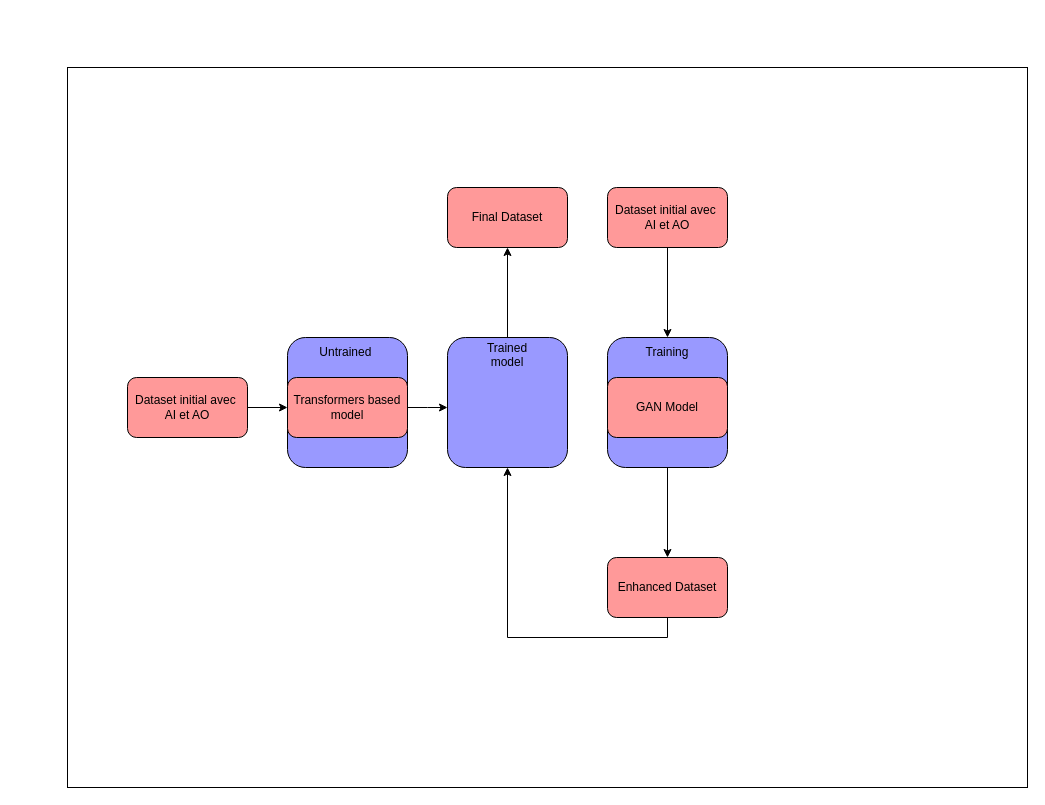
qvelard/BiomolGeneration keeps this draw.io diagram as Images/Combined ML Techniques.drawio. Above is the earlier version. Source tidied: cells renumbered, new cells numbered last; positions are measured from the earlier drawing's top-left corner, leaving out a move shared by most shapes. Both pictures are drawn from the tidied source at 100%, with x=0, y=0 at pixel (67, 67).
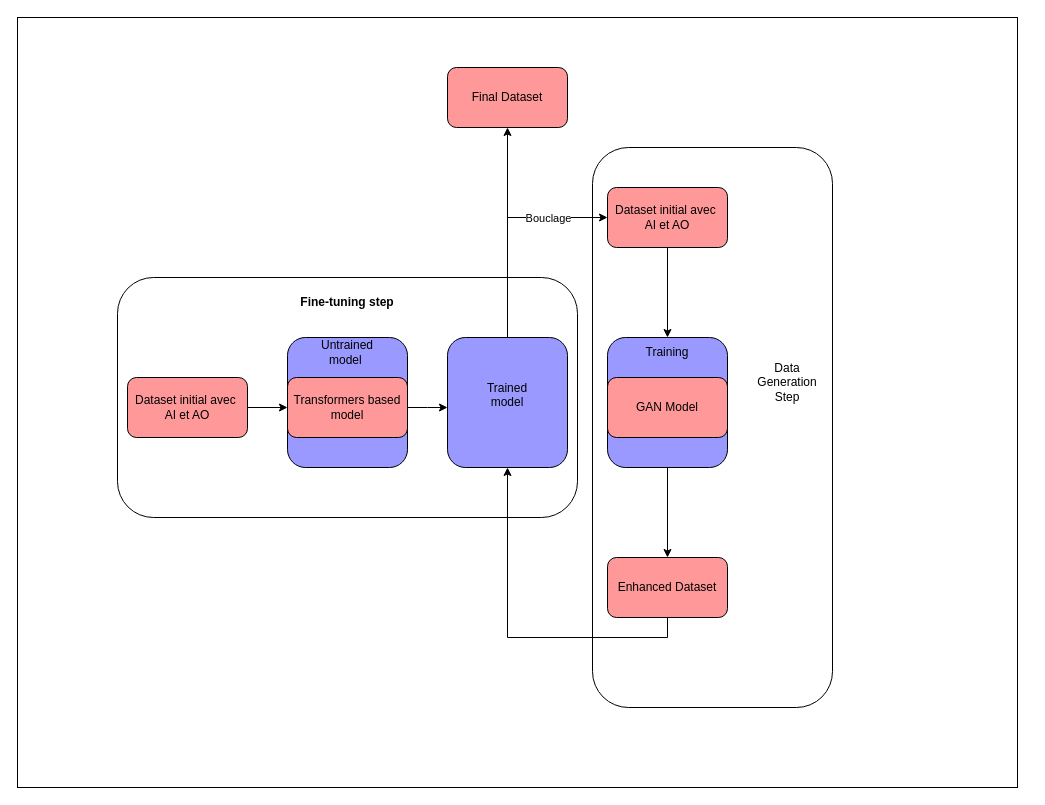
Above is the later version.

The change refers to these unchanged cells:
```xml
<mxCell id="4" style="rounded=1;whiteSpace=wrap;html=1;fillColor=#9999FF;" parent="1" vertex="1">
  <mxGeometry x="380" y="270" width="120" height="130" as="geometry" />
</mxCell>
<mxCell id="18" value="Dataset initial avec&amp;nbsp;&lt;div&gt;AI et AO&lt;/div&gt;" style="rounded=1;whiteSpace=wrap;html=1;fillColor=#FF9999;" parent="1" vertex="1">
  <mxGeometry x="540" y="120" width="120" height="60" as="geometry" />
</mxCell>
```

What changed in the source:
```diff
@@
     <mxCell id="2" style="whiteSpace=wrap;html=1;fillColor=#FFFFFF;" parent="1" vertex="1">
-      <mxGeometry width="960" height="720" as="geometry" />
+      <mxGeometry x="-50" y="-50" width="1000" height="770" as="geometry" />
     </mxCell>
-    <mxCell id="3" style="edgeStyle=orthogonalEdgeStyle;rounded=0;jettySize=auto;html=1;exitX=0.5;exitY=0;exitDx=0;exitDy=0;" parent="1" edge="1" source="4" target="20">
-      <mxGeometry relative="1" as="geometry" />
-    </mxCell>
+    <mxCell id="21" style="rounded=1;whiteSpace=wrap;html=1;fillColor=#FFFFFF;rotation=90;" parent="1" vertex="1">
+      <mxGeometry x="365" y="240" width="560" height="240" as="geometry" />
+    </mxCell>
+    <mxCell id="22" style="rounded=1;whiteSpace=wrap;html=1;fillColor=#FFFFFF;" parent="1" vertex="1">
+      <mxGeometry x="50" y="210" width="460" height="240" as="geometry" />
+    </mxCell>
+    <mxCell id="23" style="edgeStyle=orthogonalEdgeStyle;rounded=0;jettySize=auto;html=1;exitX=0.75;exitY=0;exitDx=0;exitDy=0;entryX=0;entryY=0.5;entryDx=0;entryDy=0;" parent="1" edge="1" source="4" target="18">
+      <mxGeometry relative="1" as="geometry">
+        <Array as="points">
+          <mxPoint x="440" y="270" />
+          <mxPoint x="440" y="150" />
+        </Array>
+      </mxGeometry>
+    </mxCell>
+    <mxCell id="24" value="Bouclage" style="edgeLabel;html=1;align=center;verticalAlign=middle;" parent="23" vertex="1">
+      <mxGeometry x="0.41" y="3" relative="1" as="geometry">
+        <mxPoint x="14" y="3" as="offset" />
+      </mxGeometry>
+    </mxCell>
@@
-    <mxCell id="15" value="Untrained&amp;nbsp;" style="text;html=1;align=center;verticalAlign=middle;whiteSpace=wrap;rounded=0;" parent="1" vertex="1">
+    <mxCell id="15" value="Untrained model&amp;nbsp;" style="text;html=1;align=center;verticalAlign=middle;whiteSpace=wrap;rounded=0;" parent="1" vertex="1">
       <mxGeometry x="250" y="270" width="60" height="30" as="geometry" />
     </mxCell>
@@
     <mxCell id="19" value="Trained model&lt;br&gt;&lt;div&gt;&lt;br&gt;&lt;/div&gt;" style="text;html=1;align=center;verticalAlign=middle;whiteSpace=wrap;rounded=0;" parent="1" vertex="1">
-      <mxGeometry x="410" y="280" width="60" height="30" as="geometry" />
+      <mxGeometry x="410" y="320" width="60" height="30" as="geometry" />
     </mxCell>
     <mxCell id="20" value="Final Dataset" style="rounded=1;whiteSpace=wrap;html=1;fillColor=#FF9999;" parent="1" vertex="1">
-      <mxGeometry x="380" y="120" width="120" height="60" as="geometry" />
+      <mxGeometry x="380" width="120" height="60" as="geometry" />
     </mxCell>
+    <mxCell id="25" style="endArrow=classic;html=1;rounded=0;" parent="1" edge="1" target="20">
+      <mxGeometry relative="1" as="geometry">
+        <mxPoint x="440" y="270" as="sourcePoint" />
+      </mxGeometry>
+    </mxCell>
+    <mxCell id="26" value="&lt;b&gt;Fine-tuning step&lt;/b&gt;" style="text;html=1;align=center;verticalAlign=middle;whiteSpace=wrap;rounded=0;" parent="1" vertex="1">
+      <mxGeometry x="190" y="220" width="180" height="30" as="geometry" />
+    </mxCell>
+    <mxCell id="27" value="Data Generation Step" style="text;html=1;align=center;verticalAlign=middle;whiteSpace=wrap;rounded=0;" parent="1" vertex="1">
+      <mxGeometry x="690" y="300" width="60" height="30" as="geometry" />
+    </mxCell>
```
